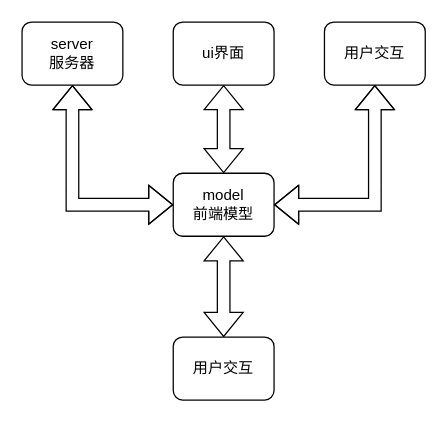
The draw.io diagram 2022/未命名绘图.drawio in thetime50/diagrams, before the edit. Source tidied: cells renumbered, new cells numbered last; positions are measured from the earlier drawing's top-left corner, leaving out a move shared by most shapes. Both pictures are drawn from the tidied source at 126%, with x=0, y=0 at pixel (21, 21).
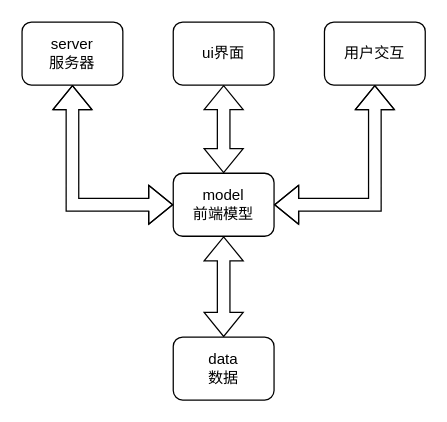
The same page after the edit.

Diff of the diagram source:
```diff
@@
 <mxGraphModel>
   <root>
     <mxCell id="0" />
     <mxCell id="1" parent="0" />
     <mxCell id="2" style="edgeStyle=orthogonalEdgeStyle;rounded=0;jettySize=auto;html=1;endArrow=classic;endFill=1;startArrow=classic;startFill=1;shape=flexArrow;" parent="1" edge="1" source="3" target="10">
       <mxGeometry relative="1" as="geometry" />
     </mxCell>
     <mxCell id="3" value="model&lt;br&gt;前端模型" style="rounded=1;whiteSpace=wrap;html=1;" parent="1" vertex="1">
       <mxGeometry x="120" y="120" width="80" height="50" as="geometry" />
     </mxCell>
     <mxCell id="4" style="edgeStyle=orthogonalEdgeStyle;rounded=0;jettySize=auto;html=1;entryX=0;entryY=0.5;entryDx=0;entryDy=0;shape=flexArrow;startArrow=block;" parent="1" edge="1" source="5" target="3">
       <mxGeometry relative="1" as="geometry">
         <Array as="points">
           <mxPoint x="40" y="145" />
         </Array>
       </mxGeometry>
     </mxCell>
     <mxCell id="5" value="server&lt;div&gt;服务器&lt;/div&gt;" style="rounded=1;whiteSpace=wrap;html=1;" parent="1" vertex="1">
       <mxGeometry width="80" height="50" as="geometry" />
     </mxCell>
     <mxCell id="6" style="edgeStyle=orthogonalEdgeStyle;rounded=0;jettySize=auto;html=1;entryX=1;entryY=0.5;entryDx=0;entryDy=0;shape=flexArrow;startArrow=block;" parent="1" edge="1" source="7" target="3">
       <mxGeometry relative="1" as="geometry">
         <Array as="points">
           <mxPoint x="280" y="145" />
         </Array>
       </mxGeometry>
     </mxCell>
     <mxCell id="7" value="用户交互" style="rounded=1;whiteSpace=wrap;html=1;" parent="1" vertex="1">
       <mxGeometry x="240" width="80" height="50" as="geometry" />
     </mxCell>
     <mxCell id="8" style="edgeStyle=orthogonalEdgeStyle;rounded=0;jettySize=auto;html=1;entryX=0.5;entryY=0;entryDx=0;entryDy=0;shape=flexArrow;startArrow=block;" parent="1" edge="1" source="9" target="3">
       <mxGeometry relative="1" as="geometry" />
     </mxCell>
     <mxCell id="9" value="ui界面" style="rounded=1;whiteSpace=wrap;html=1;" parent="1" vertex="1">
       <mxGeometry x="120" width="80" height="50" as="geometry" />
     </mxCell>
-    <mxCell id="10" value="用户交互" style="rounded=1;whiteSpace=wrap;html=1;" parent="1" vertex="1">
+    <mxCell id="10" value="data&lt;div&gt;数据&lt;/div&gt;" style="rounded=1;whiteSpace=wrap;html=1;" parent="1" vertex="1">
       <mxGeometry x="120" y="250" width="80" height="50" as="geometry" />
     </mxCell>
   </root>
 </mxGraphModel>
```
